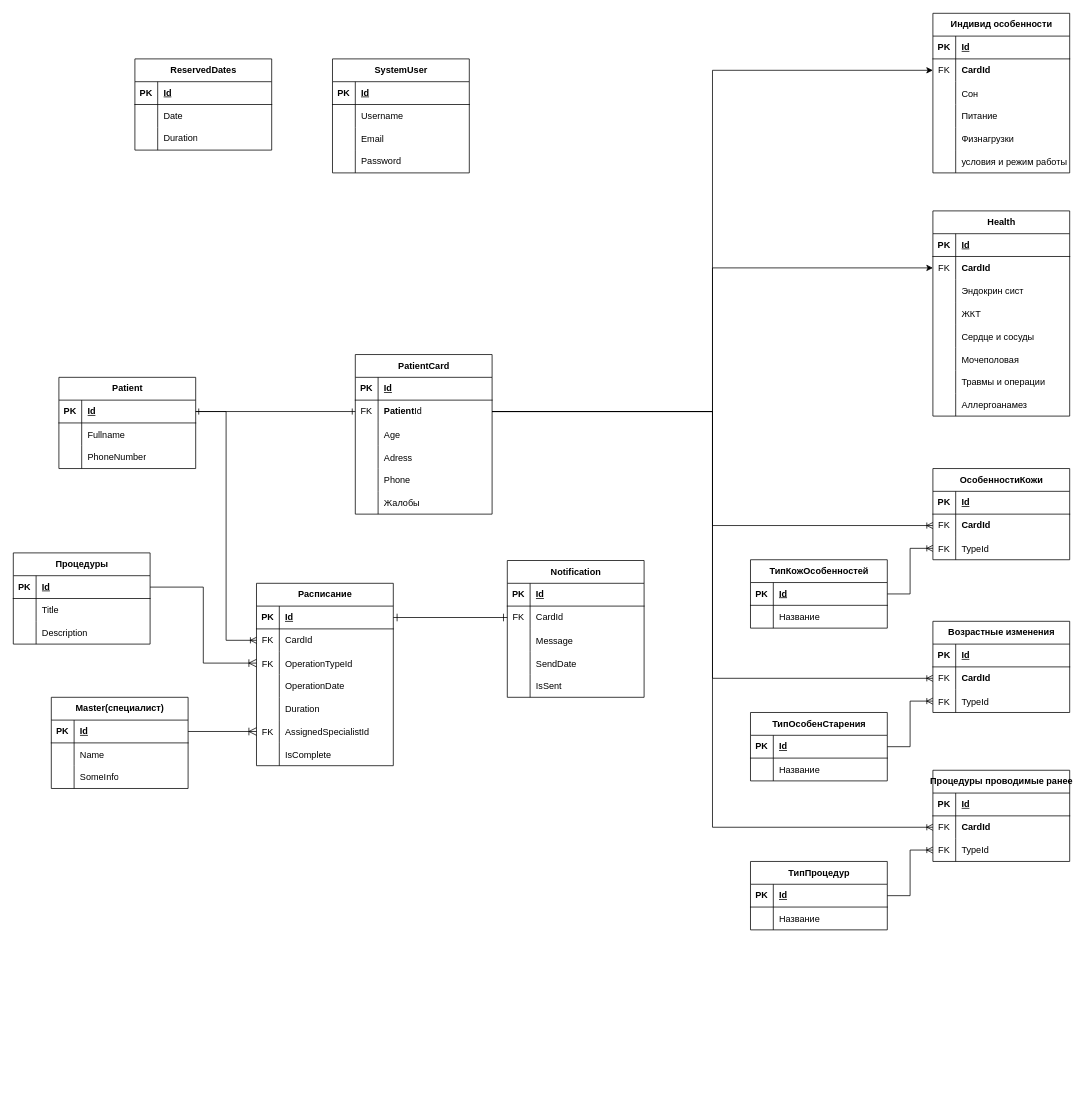
Before: Другие файлы/Доменные сущности.drawio in Sadaly/Cosmetics_GraduateWork, a draw.io diagram. Source tidied: cells renumbered, new cells numbered last; positions are measured from the earlier drawing's top-left corner, leaving out a move shared by most shapes. Both pictures are drawn from the tidied source at 76%, with x=0, y=0 at pixel (13, 13).
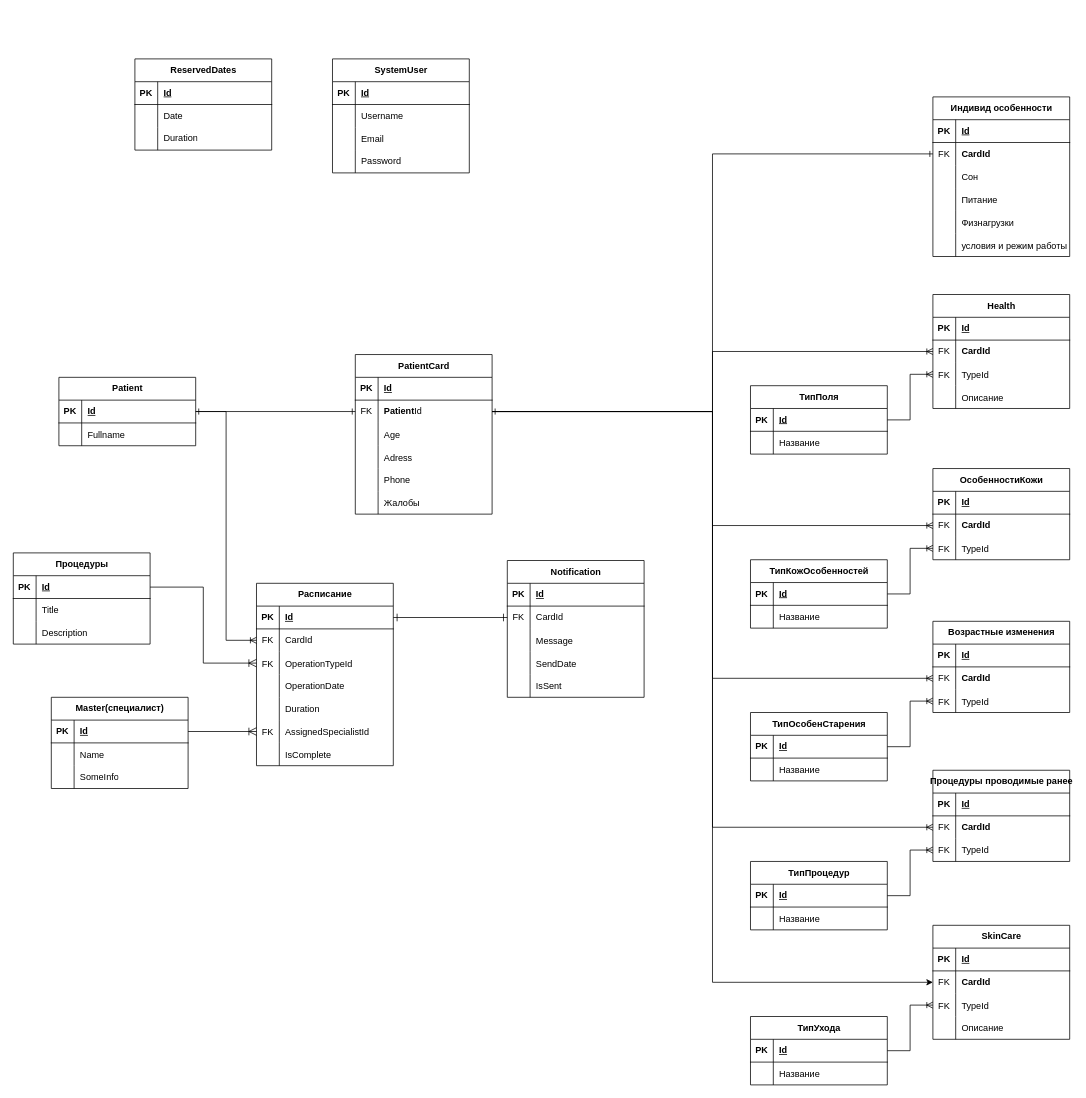
The same page after the edit.

The change refers to these unchanged cells:
```xml
<mxCell id="19" style="shape=tableRow;horizontal=0;startSize=0;swimlaneHead=0;swimlaneBody=0;fillColor=none;points=[[0,0.5],[1,0.5]];portConstraint=eastwest;top=0;left=0;right=0;bottom=0;" parent="15" vertex="1">
  <mxGeometry y="60" width="180" height="30" as="geometry" />
</mxCell>
<mxCell id="120" style="shape=tableRow;horizontal=0;startSize=0;swimlaneHead=0;swimlaneBody=0;fillColor=none;points=[[0,0.5],[1,0.5]];portConstraint=eastwest;top=0;left=0;right=0;bottom=0;" parent="116" vertex="1">
  <mxGeometry y="60" width="180" height="30" as="geometry" />
</mxCell>
<mxCell id="123" style="shape=tableRow;horizontal=0;startSize=0;swimlaneHead=0;swimlaneBody=0;fillColor=none;points=[[0,0.5],[1,0.5]];portConstraint=eastwest;top=0;left=0;right=0;bottom=0;" parent="116" vertex="1">
  <mxGeometry y="90" width="180" height="30" as="geometry" />
</mxCell>
<mxCell id="146" style="shape=tableRow;horizontal=0;startSize=0;swimlaneHead=0;swimlaneBody=0;fillColor=none;points=[[0,0.5],[1,0.5]];portConstraint=eastwest;top=0;left=0;right=0;bottom=0;" parent="142" vertex="1">
  <mxGeometry y="60" width="180" height="30" as="geometry" />
</mxCell>
```

Change to the diagram source:
```diff
@@
     <mxCell id="44" value="Patient" style="shape=table;startSize=30;childLayout=tableLayout;rowLines=0;fontStyle=1;align=center;html=1;" parent="1" vertex="1">
-      <mxGeometry x="60" y="479" width="180" height="120" as="geometry" />
+      <mxGeometry x="60" y="479" width="180" height="90" as="geometry" />
     </mxCell>
@@
-    <mxCell id="51" style="shape=tableRow;horizontal=0;startSize=0;swimlaneHead=0;swimlaneBody=0;fillColor=none;points=[[0,0.5],[1,0.5]];portConstraint=eastwest;top=0;left=0;right=0;bottom=0;" parent="44" vertex="1">
-      <mxGeometry y="90" width="180" height="30" as="geometry" />
-    </mxCell>
-    <mxCell id="52" style="shape=partialRectangle;fillColor=none;top=0;left=0;bottom=0;right=0;overflow=hidden;whiteSpace=wrap;html=1;" parent="51" vertex="1">
-      <mxGeometry width="30" height="30" as="geometry" />
-    </mxCell>
-    <mxCell id="53" value="P&lt;span style=&quot;background-color: transparent; color: light-dark(rgb(0, 0, 0), rgb(255, 255, 255));&quot;&gt;honeNumber&lt;/span&gt;" style="shape=partialRectangle;fillColor=none;top=0;left=0;bottom=0;right=0;align=left;spacingLeft=6;overflow=hidden;whiteSpace=wrap;html=1;" parent="51" vertex="1">
-      <mxGeometry x="30" width="150" height="30" as="geometry" />
-    </mxCell>
@@
     <mxCell id="116" value="Health" style="shape=table;startSize=30;childLayout=tableLayout;rowLines=0;fontStyle=1;align=center;html=1;" parent="1" vertex="1">
-      <mxGeometry x="1210" y="260" width="180" height="270" as="geometry" />
+      <mxGeometry x="1210" y="370" width="180" height="150" as="geometry" />
     </mxCell>
@@
-    <mxCell id="124" style="shape=partialRectangle;fillColor=none;top=0;left=0;bottom=0;right=0;overflow=hidden;" parent="123" vertex="1">
+    <mxCell id="124" value="FK" style="shape=partialRectangle;fillColor=none;top=0;left=0;bottom=0;right=0;overflow=hidden;" parent="123" vertex="1">
       <mxGeometry width="30" height="30" as="geometry" />
     </mxCell>
-    <mxCell id="125" value="Эндокрин сист" style="shape=partialRectangle;fillColor=none;top=0;left=0;bottom=0;right=0;align=left;spacingLeft=6;overflow=hidden;" parent="123" vertex="1">
+    <mxCell id="125" value="TypeId" style="shape=partialRectangle;fillColor=none;top=0;left=0;bottom=0;right=0;align=left;spacingLeft=6;overflow=hidden;" parent="123" vertex="1">
       <mxGeometry x="30" width="150" height="30" as="geometry" />
     </mxCell>
-    <mxCell id="126" style="shape=tableRow;horizontal=0;startSize=0;swimlaneHead=0;swimlaneBody=0;fillColor=none;top=0;left=0;right=0;bottom=0;" parent="116" vertex="1">
-      <mxGeometry y="120" width="180" height="30" as="geometry" />
-    </mxCell>
-    <mxCell id="127" style="shape=partialRectangle;fillColor=none;top=0;left=0;bottom=0;right=0;overflow=hidden;" parent="126" vertex="1">
-      <mxGeometry width="30" height="30" as="geometry" />
-    </mxCell>
-    <mxCell id="128" value="ЖКТ" style="shape=partialRectangle;fillColor=none;top=0;left=0;bottom=0;right=0;align=left;spacingLeft=6;overflow=hidden;" parent="126" vertex="1">
-      <mxGeometry x="30" width="150" height="30" as="geometry" />
-    </mxCell>
-    <mxCell id="129" style="shape=tableRow;horizontal=0;startSize=0;swimlaneHead=0;swimlaneBody=0;fillColor=none;top=0;left=0;right=0;bottom=0;" parent="116" vertex="1">
-      <mxGeometry y="150" width="180" height="30" as="geometry" />
-    </mxCell>
-    <mxCell id="130" style="shape=partialRectangle;fillColor=none;top=0;left=0;bottom=0;right=0;overflow=hidden;" parent="129" vertex="1">
-      <mxGeometry width="30" height="30" as="geometry" />
-    </mxCell>
-    <mxCell id="131" value="Сердце и сосуды" style="shape=partialRectangle;fillColor=none;top=0;left=0;bottom=0;right=0;align=left;spacingLeft=6;overflow=hidden;" parent="129" vertex="1">
-      <mxGeometry x="30" width="150" height="30" as="geometry" />
-    </mxCell>
-    <mxCell id="132" style="shape=tableRow;horizontal=0;startSize=0;swimlaneHead=0;swimlaneBody=0;fillColor=none;top=0;left=0;right=0;bottom=0;" parent="116" vertex="1">
-      <mxGeometry y="180" width="180" height="30" as="geometry" />
-    </mxCell>
-    <mxCell id="133" style="shape=partialRectangle;fillColor=none;top=0;left=0;bottom=0;right=0;overflow=hidden;" parent="132" vertex="1">
-      <mxGeometry width="30" height="30" as="geometry" />
-    </mxCell>
-    <mxCell id="134" value="Мочеполовая" style="shape=partialRectangle;fillColor=none;top=0;left=0;bottom=0;right=0;align=left;spacingLeft=6;overflow=hidden;" parent="132" vertex="1">
-      <mxGeometry x="30" width="150" height="30" as="geometry" />
-    </mxCell>
-    <mxCell id="135" style="shape=tableRow;horizontal=0;startSize=0;swimlaneHead=0;swimlaneBody=0;fillColor=none;top=0;left=0;right=0;bottom=0;" parent="116" vertex="1">
-      <mxGeometry y="210" width="180" height="30" as="geometry" />
-    </mxCell>
-    <mxCell id="136" style="shape=partialRectangle;fillColor=none;top=0;left=0;bottom=0;right=0;overflow=hidden;" parent="135" vertex="1">
-      <mxGeometry width="30" height="30" as="geometry" />
-    </mxCell>
-    <mxCell id="137" value="Травмы и операции" style="shape=partialRectangle;fillColor=none;top=0;left=0;bottom=0;right=0;align=left;spacingLeft=6;overflow=hidden;" parent="135" vertex="1">
-      <mxGeometry x="30" width="150" height="30" as="geometry" />
-    </mxCell>
-    <mxCell id="138" style="shape=tableRow;horizontal=0;startSize=0;swimlaneHead=0;swimlaneBody=0;fillColor=none;top=0;left=0;right=0;bottom=0;" parent="116" vertex="1">
-      <mxGeometry y="240" width="180" height="30" as="geometry" />
-    </mxCell>
-    <mxCell id="139" style="shape=partialRectangle;fillColor=none;top=0;left=0;bottom=0;right=0;overflow=hidden;" parent="138" vertex="1">
-      <mxGeometry width="30" height="30" as="geometry" />
-    </mxCell>
-    <mxCell id="140" value="Аллергоанамез" style="shape=partialRectangle;fillColor=none;top=0;left=0;bottom=0;right=0;align=left;spacingLeft=6;overflow=hidden;" parent="138" vertex="1">
-      <mxGeometry x="30" width="150" height="30" as="geometry" />
-    </mxCell>
+    <mxCell id="220" style="shape=tableRow;horizontal=0;startSize=0;swimlaneHead=0;swimlaneBody=0;fillColor=none;top=0;left=0;right=0;bottom=0;" parent="116" vertex="1">
+      <mxGeometry y="120" width="180" height="30" as="geometry" />
+    </mxCell>
+    <mxCell id="221" style="shape=partialRectangle;fillColor=none;top=0;left=0;bottom=0;right=0;overflow=hidden;" parent="220" vertex="1">
+      <mxGeometry width="30" height="30" as="geometry" />
+    </mxCell>
+    <mxCell id="222" value="Описание" style="shape=partialRectangle;fillColor=none;top=0;left=0;bottom=0;right=0;align=left;spacingLeft=6;overflow=hidden;" parent="220" vertex="1">
+      <mxGeometry x="30" width="150" height="30" as="geometry" />
+    </mxCell>
-    <mxCell id="141" style="edgeStyle=orthogonalEdgeStyle;rounded=0;jettySize=auto;html=1;" parent="1" edge="1" source="19" target="120">
+    <mxCell id="141" style="edgeStyle=orthogonalEdgeStyle;rounded=0;jettySize=auto;html=1;endArrow=ERoneToMany;endFill=0;startArrow=none;startFill=0;" parent="1" edge="1" source="19" target="120">
       <mxGeometry relative="1" as="geometry" />
     </mxCell>
     <mxCell id="142" value="Индивид особенности" style="shape=table;startSize=30;childLayout=tableLayout;rowLines=0;fontStyle=1;align=center;html=1;" parent="1" vertex="1">
-      <mxGeometry x="1210" width="180" height="210" as="geometry" />
+      <mxGeometry x="1210" y="110" width="180" height="210" as="geometry" />
     </mxCell>
@@
-    <mxCell id="161" style="edgeStyle=orthogonalEdgeStyle;rounded=0;jettySize=auto;html=1;" parent="1" edge="1" source="19" target="146">
+    <mxCell id="161" style="edgeStyle=orthogonalEdgeStyle;rounded=0;jettySize=auto;html=1;endArrow=ERone;endFill=0;startArrow=ERone;startFill=0;" parent="1" edge="1" source="19" target="146">
       <mxGeometry relative="1" as="geometry" />
     </mxCell>
@@
+    <mxCell id="223" style="edgeStyle=orthogonalEdgeStyle;rounded=0;jettySize=auto;html=1;" parent="1" edge="1" source="19" target="236">
+      <mxGeometry relative="1" as="geometry" />
+    </mxCell>
+    <mxCell id="224" value="ТипПоля" style="shape=table;startSize=30;childLayout=tableLayout;rowLines=0;fontStyle=1;align=center;html=1;" parent="1" vertex="1">
+      <mxGeometry x="970" y="490" width="180" height="90" as="geometry" />
+    </mxCell>
+    <mxCell id="225" style="shape=tableRow;horizontal=0;startSize=0;swimlaneHead=0;swimlaneBody=0;fillColor=none;points=[[0,0.5],[1,0.5]];portConstraint=eastwest;top=0;left=0;right=0;bottom=1;" parent="224" vertex="1">
+      <mxGeometry y="30" width="180" height="30" as="geometry" />
+    </mxCell>
+    <mxCell id="226" value="PK" style="shape=partialRectangle;fillColor=none;top=0;left=0;bottom=0;right=0;fontStyle=1;overflow=hidden;whiteSpace=wrap;html=1;" parent="225" vertex="1">
+      <mxGeometry width="30" height="30" as="geometry" />
+    </mxCell>
+    <mxCell id="227" value="Id" style="shape=partialRectangle;fillColor=none;top=0;left=0;bottom=0;right=0;align=left;spacingLeft=6;fontStyle=5;overflow=hidden;whiteSpace=wrap;html=1;" parent="225" vertex="1">
+      <mxGeometry x="30" width="150" height="30" as="geometry" />
+    </mxCell>
+    <mxCell id="228" style="shape=tableRow;horizontal=0;startSize=0;swimlaneHead=0;swimlaneBody=0;fillColor=none;top=0;left=0;right=0;bottom=0;" parent="224" vertex="1">
+      <mxGeometry y="60" width="180" height="30" as="geometry" />
+    </mxCell>
+    <mxCell id="229" style="shape=partialRectangle;fillColor=none;top=0;left=0;bottom=0;right=0;overflow=hidden;" parent="228" vertex="1">
+      <mxGeometry width="30" height="30" as="geometry" />
+    </mxCell>
+    <mxCell id="230" value="Название" style="shape=partialRectangle;fillColor=none;top=0;left=0;bottom=0;right=0;align=left;spacingLeft=6;overflow=hidden;" parent="228" vertex="1">
+      <mxGeometry x="30" width="150" height="30" as="geometry" />
+    </mxCell>
+    <mxCell id="231" style="edgeStyle=orthogonalEdgeStyle;rounded=0;jettySize=auto;html=1;endArrow=ERoneToMany;endFill=0;" parent="1" edge="1" source="225" target="123">
+      <mxGeometry relative="1" as="geometry" />
+    </mxCell>
+    <mxCell id="232" value="SkinCare" style="shape=table;startSize=30;childLayout=tableLayout;rowLines=0;fontStyle=1;align=center;html=1;" parent="1" vertex="1">
+      <mxGeometry x="1210" y="1200" width="180" height="150" as="geometry" />
+    </mxCell>
+    <mxCell id="233" style="shape=tableRow;horizontal=0;startSize=0;swimlaneHead=0;swimlaneBody=0;fillColor=none;top=0;left=0;right=0;bottom=1;" parent="232" vertex="1">
+      <mxGeometry y="30" width="180" height="30" as="geometry" />
+    </mxCell>
+    <mxCell id="234" value="PK" style="shape=partialRectangle;fillColor=none;top=0;left=0;bottom=0;right=0;fontStyle=1;overflow=hidden;whiteSpace=wrap;html=1;" parent="233" vertex="1">
+      <mxGeometry width="30" height="30" as="geometry" />
+    </mxCell>
+    <mxCell id="235" value="Id" style="shape=partialRectangle;fillColor=none;top=0;left=0;bottom=0;right=0;align=left;spacingLeft=6;fontStyle=5;overflow=hidden;whiteSpace=wrap;html=1;" parent="233" vertex="1">
+      <mxGeometry x="30" width="150" height="30" as="geometry" />
+    </mxCell>
+    <mxCell id="236" style="shape=tableRow;horizontal=0;startSize=0;swimlaneHead=0;swimlaneBody=0;fillColor=none;points=[[0,0.5],[1,0.5]];portConstraint=eastwest;top=0;left=0;right=0;bottom=0;" parent="232" vertex="1">
+      <mxGeometry y="60" width="180" height="30" as="geometry" />
+    </mxCell>
+    <mxCell id="237" value="FK" style="shape=partialRectangle;fillColor=none;top=0;left=0;bottom=0;right=0;overflow=hidden;whiteSpace=wrap;html=1;" parent="236" vertex="1">
+      <mxGeometry width="30" height="30" as="geometry" />
+    </mxCell>
+    <mxCell id="238" value="&lt;div style=&quot;text-align: center;&quot;&gt;&lt;span style=&quot;background-color: transparent; color: light-dark(rgb(0, 0, 0), rgb(255, 255, 255)); text-wrap-mode: nowrap;&quot;&gt;&lt;b&gt;CardId&lt;/b&gt;&lt;/span&gt;&lt;/div&gt;" style="shape=partialRectangle;fillColor=none;top=0;left=0;bottom=0;right=0;align=left;spacingLeft=6;overflow=hidden;whiteSpace=wrap;html=1;" parent="236" vertex="1">
+      <mxGeometry x="30" width="150" height="30" as="geometry" />
+    </mxCell>
+    <mxCell id="51" style="shape=tableRow;horizontal=0;startSize=0;swimlaneHead=0;swimlaneBody=0;fillColor=none;points=[[0,0.5],[1,0.5]];portConstraint=eastwest;top=0;left=0;right=0;bottom=0;" parent="232" vertex="1">
+      <mxGeometry y="90" width="180" height="30" as="geometry" />
+    </mxCell>
+    <mxCell id="239" value="FK" style="shape=partialRectangle;fillColor=none;top=0;left=0;bottom=0;right=0;overflow=hidden;" parent="51" vertex="1">
+      <mxGeometry width="30" height="30" as="geometry" />
+    </mxCell>
+    <mxCell id="240" value="TypeId" style="shape=partialRectangle;fillColor=none;top=0;left=0;bottom=0;right=0;align=left;spacingLeft=6;overflow=hidden;" parent="51" vertex="1">
+      <mxGeometry x="30" width="150" height="30" as="geometry" />
+    </mxCell>
+    <mxCell id="241" style="shape=tableRow;horizontal=0;startSize=0;swimlaneHead=0;swimlaneBody=0;fillColor=none;top=0;left=0;right=0;bottom=0;" parent="232" vertex="1">
+      <mxGeometry y="120" width="180" height="30" as="geometry" />
+    </mxCell>
+    <mxCell id="242" style="shape=partialRectangle;fillColor=none;top=0;left=0;bottom=0;right=0;overflow=hidden;" parent="241" vertex="1">
+      <mxGeometry width="30" height="30" as="geometry" />
+    </mxCell>
+    <mxCell id="243" value="Описание" style="shape=partialRectangle;fillColor=none;top=0;left=0;bottom=0;right=0;align=left;spacingLeft=6;overflow=hidden;" parent="241" vertex="1">
+      <mxGeometry x="30" width="150" height="30" as="geometry" />
+    </mxCell>
+    <mxCell id="244" value="ТипУхода" style="shape=table;startSize=30;childLayout=tableLayout;rowLines=0;fontStyle=1;align=center;html=1;" parent="1" vertex="1">
+      <mxGeometry x="970" y="1320" width="180" height="90" as="geometry" />
+    </mxCell>
+    <mxCell id="245" style="shape=tableRow;horizontal=0;startSize=0;swimlaneHead=0;swimlaneBody=0;fillColor=none;points=[[0,0.5],[1,0.5]];portConstraint=eastwest;top=0;left=0;right=0;bottom=1;" parent="244" vertex="1">
+      <mxGeometry y="30" width="180" height="30" as="geometry" />
+    </mxCell>
+    <mxCell id="246" value="PK" style="shape=partialRectangle;fillColor=none;top=0;left=0;bottom=0;right=0;fontStyle=1;overflow=hidden;whiteSpace=wrap;html=1;" parent="245" vertex="1">
+      <mxGeometry width="30" height="30" as="geometry" />
+    </mxCell>
+    <mxCell id="247" value="Id" style="shape=partialRectangle;fillColor=none;top=0;left=0;bottom=0;right=0;align=left;spacingLeft=6;fontStyle=5;overflow=hidden;whiteSpace=wrap;html=1;" parent="245" vertex="1">
+      <mxGeometry x="30" width="150" height="30" as="geometry" />
+    </mxCell>
+    <mxCell id="248" style="shape=tableRow;horizontal=0;startSize=0;swimlaneHead=0;swimlaneBody=0;fillColor=none;top=0;left=0;right=0;bottom=0;" parent="244" vertex="1">
+      <mxGeometry y="60" width="180" height="30" as="geometry" />
+    </mxCell>
+    <mxCell id="249" style="shape=partialRectangle;fillColor=none;top=0;left=0;bottom=0;right=0;overflow=hidden;" parent="248" vertex="1">
+      <mxGeometry width="30" height="30" as="geometry" />
+    </mxCell>
+    <mxCell id="250" value="Название" style="shape=partialRectangle;fillColor=none;top=0;left=0;bottom=0;right=0;align=left;spacingLeft=6;overflow=hidden;" parent="248" vertex="1">
+      <mxGeometry x="30" width="150" height="30" as="geometry" />
+    </mxCell>
+    <mxCell id="251" style="edgeStyle=orthogonalEdgeStyle;rounded=0;jettySize=auto;html=1;endArrow=ERoneToMany;endFill=0;" parent="1" edge="1" source="245" target="51">
+      <mxGeometry relative="1" as="geometry" />
+    </mxCell>
```
